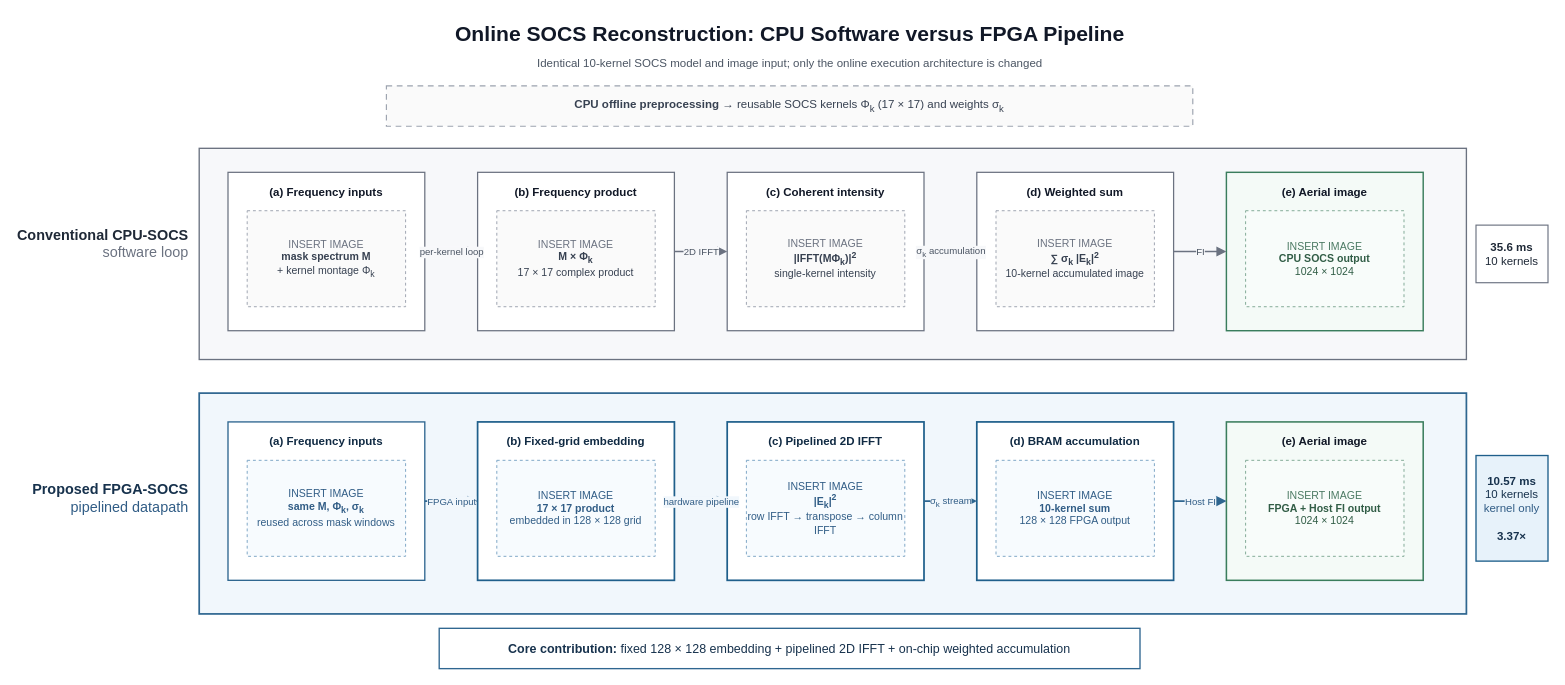
This is doc/小论文/流程图/04_CPU_FPGA_SOCS精简版.drawio from Ashington258/fpga-litho-accel, a draw.io file, before an edit. Source tidied: cells renumbered, new cells numbered last; positions are measured from the earlier drawing's top-left corner, leaving out a move shared by most shapes. Both pictures are drawn from the tidied source at 96%, with x=0, y=0 at pixel (40, 16).
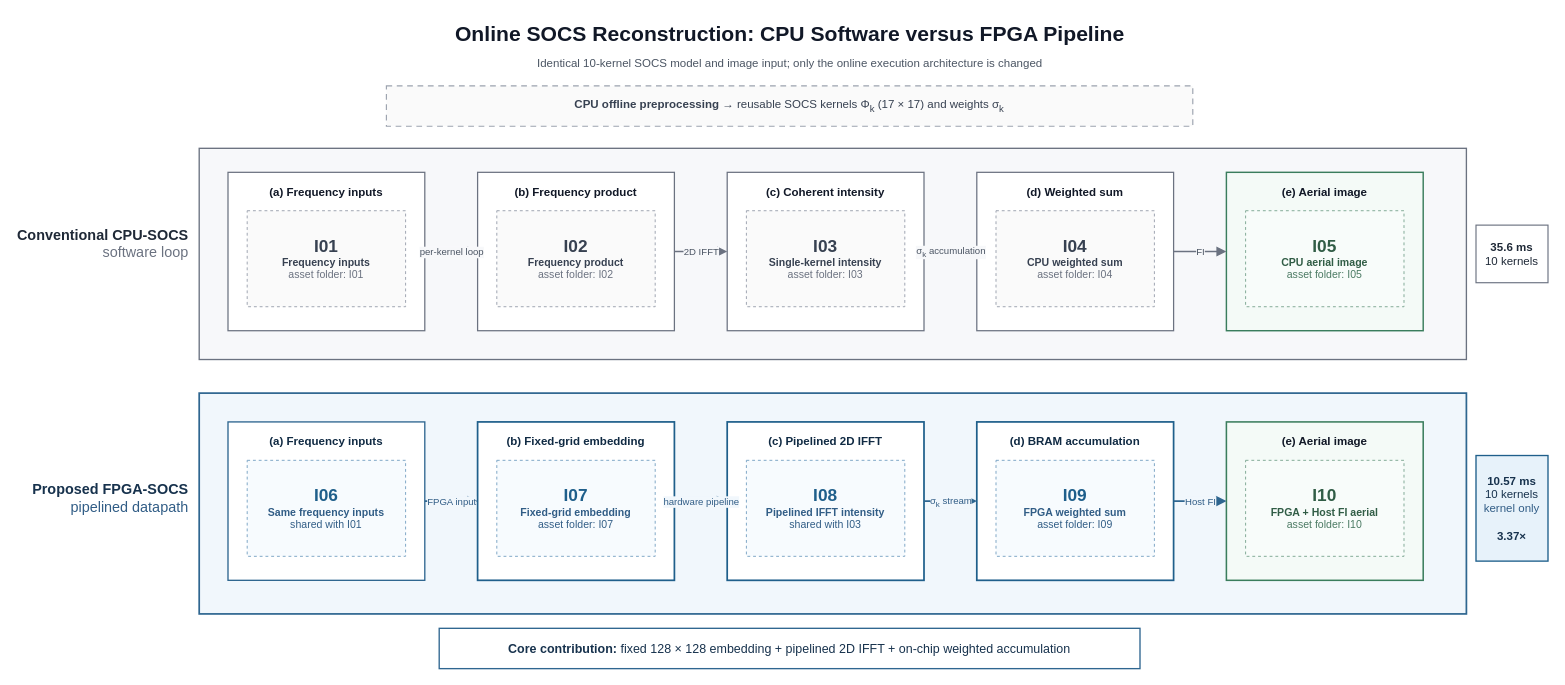
After the change.

Commit message (it also covers changes not shown here):
docs: update CPU-FPGA architecture comparison

What changed in the source:
```diff
@@
-    <mxCell id="8" value="&lt;font color=&quot;#6B7280&quot;&gt;INSERT IMAGE&lt;/font&gt;&lt;br&gt;&lt;b&gt;mask spectrum M&lt;/b&gt;&lt;br&gt;+ kernel montage Φ&lt;sub&gt;k&lt;/sub&gt;" style="rounded=0;whiteSpace=wrap;html=1;fillColor=#FAFAFA;strokeColor=#9CA3AF;strokeWidth=1;dashed=1;fontFamily=Helvetica;fontSize=11;fontColor=#374151;align=center;verticalAlign=middle;" parent="1" vertex="1">
+    <mxCell id="8" value="&lt;font color=&quot;#374151&quot; style=&quot;font-size:18px&quot;&gt;&lt;b&gt;I01&lt;/b&gt;&lt;/font&gt;&lt;br&gt;&lt;b&gt;Frequency inputs&lt;/b&gt;&lt;br&gt;&lt;font color=&quot;#6B7280&quot;&gt;asset folder: I01&lt;/font&gt;" style="rounded=0;whiteSpace=wrap;html=1;fillColor=#FAFAFA;strokeColor=#9CA3AF;strokeWidth=1;dashed=1;fontFamily=Helvetica;fontSize=11;fontColor=#374151;align=center;verticalAlign=middle;" parent="1" vertex="1">
       <mxGeometry x="215" y="202" width="165" height="100" as="geometry" />
     </mxCell>
@@
-    <mxCell id="10" value="&lt;font color=&quot;#6B7280&quot;&gt;INSERT IMAGE&lt;/font&gt;&lt;br&gt;&lt;b&gt;M × Φ&lt;sub&gt;k&lt;/sub&gt;&lt;/b&gt;&lt;br&gt;17 × 17 complex product" style="rounded=0;whiteSpace=wrap;html=1;fillColor=#FAFAFA;strokeColor=#9CA3AF;strokeWidth=1;dashed=1;fontFamily=Helvetica;fontSize=11;fontColor=#374151;align=center;verticalAlign=middle;" parent="1" vertex="1">
+    <mxCell id="10" value="&lt;font color=&quot;#374151&quot; style=&quot;font-size:18px&quot;&gt;&lt;b&gt;I02&lt;/b&gt;&lt;/font&gt;&lt;br&gt;&lt;b&gt;Frequency product&lt;/b&gt;&lt;br&gt;&lt;font color=&quot;#6B7280&quot;&gt;asset folder: I02&lt;/font&gt;" style="rounded=0;whiteSpace=wrap;html=1;fillColor=#FAFAFA;strokeColor=#9CA3AF;strokeWidth=1;dashed=1;fontFamily=Helvetica;fontSize=11;fontColor=#374151;align=center;verticalAlign=middle;" parent="1" vertex="1">
       <mxGeometry x="475" y="202" width="165" height="100" as="geometry" />
     </mxCell>
@@
-    <mxCell id="12" value="&lt;font color=&quot;#6B7280&quot;&gt;INSERT IMAGE&lt;/font&gt;&lt;br&gt;&lt;b&gt;|IFFT(MΦ&lt;sub&gt;k&lt;/sub&gt;)|&lt;sup&gt;2&lt;/sup&gt;&lt;/b&gt;&lt;br&gt;single-kernel intensity" style="rounded=0;whiteSpace=wrap;html=1;fillColor=#FAFAFA;strokeColor=#9CA3AF;strokeWidth=1;dashed=1;fontFamily=Helvetica;fontSize=11;fontColor=#374151;align=center;verticalAlign=middle;" parent="1" vertex="1">
+    <mxCell id="12" value="&lt;font color=&quot;#374151&quot; style=&quot;font-size:18px&quot;&gt;&lt;b&gt;I03&lt;/b&gt;&lt;/font&gt;&lt;br&gt;&lt;b&gt;Single-kernel intensity&lt;/b&gt;&lt;br&gt;&lt;font color=&quot;#6B7280&quot;&gt;asset folder: I03&lt;/font&gt;" style="rounded=0;whiteSpace=wrap;html=1;fillColor=#FAFAFA;strokeColor=#9CA3AF;strokeWidth=1;dashed=1;fontFamily=Helvetica;fontSize=11;fontColor=#374151;align=center;verticalAlign=middle;" parent="1" vertex="1">
       <mxGeometry x="735" y="202" width="165" height="100" as="geometry" />
     </mxCell>
@@
-    <mxCell id="14" value="&lt;font color=&quot;#6B7280&quot;&gt;INSERT IMAGE&lt;/font&gt;&lt;br&gt;&lt;b&gt;∑ σ&lt;sub&gt;k&lt;/sub&gt; |E&lt;sub&gt;k&lt;/sub&gt;|&lt;sup&gt;2&lt;/sup&gt;&lt;/b&gt;&lt;br&gt;10-kernel accumulated image" style="rounded=0;whiteSpace=wrap;html=1;fillColor=#FAFAFA;strokeColor=#9CA3AF;strokeWidth=1;dashed=1;fontFamily=Helvetica;fontSize=11;fontColor=#374151;align=center;verticalAlign=middle;" parent="1" vertex="1">
+    <mxCell id="14" value="&lt;font color=&quot;#374151&quot; style=&quot;font-size:18px&quot;&gt;&lt;b&gt;I04&lt;/b&gt;&lt;/font&gt;&lt;br&gt;&lt;b&gt;CPU weighted sum&lt;/b&gt;&lt;br&gt;&lt;font color=&quot;#6B7280&quot;&gt;asset folder: I04&lt;/font&gt;" style="rounded=0;whiteSpace=wrap;html=1;fillColor=#FAFAFA;strokeColor=#9CA3AF;strokeWidth=1;dashed=1;fontFamily=Helvetica;fontSize=11;fontColor=#374151;align=center;verticalAlign=middle;" parent="1" vertex="1">
       <mxGeometry x="995" y="202" width="165" height="100" as="geometry" />
     </mxCell>
@@
-    <mxCell id="16" value="&lt;font color=&quot;#4B7A63&quot;&gt;INSERT IMAGE&lt;/font&gt;&lt;br&gt;&lt;b&gt;CPU SOCS output&lt;/b&gt;&lt;br&gt;1024 × 1024" style="rounded=0;whiteSpace=wrap;html=1;fillColor=#F8FCFA;strokeColor=#80A995;strokeWidth=1;dashed=1;fontFamily=Helvetica;fontSize=11;fontColor=#315D46;align=center;verticalAlign=middle;" parent="1" vertex="1">
+    <mxCell id="16" value="&lt;font color=&quot;#315D46&quot; style=&quot;font-size:18px&quot;&gt;&lt;b&gt;I05&lt;/b&gt;&lt;/font&gt;&lt;br&gt;&lt;b&gt;CPU aerial image&lt;/b&gt;&lt;br&gt;&lt;font color=&quot;#4B7A63&quot;&gt;asset folder: I05&lt;/font&gt;" style="rounded=0;whiteSpace=wrap;html=1;fillColor=#F8FCFA;strokeColor=#80A995;strokeWidth=1;dashed=1;fontFamily=Helvetica;fontSize=11;fontColor=#315D46;align=center;verticalAlign=middle;" parent="1" vertex="1">
       <mxGeometry x="1255" y="202" width="165" height="100" as="geometry" />
     </mxCell>
@@
-    <mxCell id="25" value="&lt;font color=&quot;#315D86&quot;&gt;INSERT IMAGE&lt;/font&gt;&lt;br&gt;&lt;b&gt;same M, Φ&lt;sub&gt;k&lt;/sub&gt;, σ&lt;sub&gt;k&lt;/sub&gt;&lt;/b&gt;&lt;br&gt;reused across mask windows" style="rounded=0;whiteSpace=wrap;html=1;fillColor=#F7FBFE;strokeColor=#7CA5C5;strokeWidth=1;dashed=1;fontFamily=Helvetica;fontSize=11;fontColor=#315D86;align=center;verticalAlign=middle;" parent="1" vertex="1">
+    <mxCell id="25" value="&lt;font color=&quot;#1F5F8B&quot; style=&quot;font-size:18px&quot;&gt;&lt;b&gt;I06&lt;/b&gt;&lt;/font&gt;&lt;br&gt;&lt;b&gt;Same frequency inputs&lt;/b&gt;&lt;br&gt;&lt;font color=&quot;#315D86&quot;&gt;shared with I01&lt;/font&gt;" style="rounded=0;whiteSpace=wrap;html=1;fillColor=#F7FBFE;strokeColor=#7CA5C5;strokeWidth=1;dashed=1;fontFamily=Helvetica;fontSize=11;fontColor=#315D86;align=center;verticalAlign=middle;" parent="1" vertex="1">
       <mxGeometry x="215" y="462" width="165" height="100" as="geometry" />
     </mxCell>
@@
-    <mxCell id="27" value="&lt;font color=&quot;#315D86&quot;&gt;INSERT IMAGE&lt;/font&gt;&lt;br&gt;&lt;b&gt;17 × 17 product&lt;/b&gt;&lt;br&gt;embedded in 128 × 128 grid" style="rounded=0;whiteSpace=wrap;html=1;fillColor=#F7FBFE;strokeColor=#7CA5C5;strokeWidth=1;dashed=1;fontFamily=Helvetica;fontSize=11;fontColor=#315D86;align=center;verticalAlign=middle;" parent="1" vertex="1">
+    <mxCell id="27" value="&lt;font color=&quot;#1F5F8B&quot; style=&quot;font-size:18px&quot;&gt;&lt;b&gt;I07&lt;/b&gt;&lt;/font&gt;&lt;br&gt;&lt;b&gt;Fixed-grid embedding&lt;/b&gt;&lt;br&gt;&lt;font color=&quot;#315D86&quot;&gt;asset folder: I07&lt;/font&gt;" style="rounded=0;whiteSpace=wrap;html=1;fillColor=#F7FBFE;strokeColor=#7CA5C5;strokeWidth=1;dashed=1;fontFamily=Helvetica;fontSize=11;fontColor=#315D86;align=center;verticalAlign=middle;" parent="1" vertex="1">
       <mxGeometry x="475" y="462" width="165" height="100" as="geometry" />
     </mxCell>
@@
-    <mxCell id="29" value="&lt;font color=&quot;#315D86&quot;&gt;INSERT IMAGE&lt;/font&gt;&lt;br&gt;&lt;b&gt;|E&lt;sub&gt;k&lt;/sub&gt;|&lt;sup&gt;2&lt;/sup&gt;&lt;/b&gt;&lt;br&gt;row IFFT → transpose → column IFFT" style="rounded=0;whiteSpace=wrap;html=1;fillColor=#F7FBFE;strokeColor=#7CA5C5;strokeWidth=1;dashed=1;fontFamily=Helvetica;fontSize=11;fontColor=#315D86;align=center;verticalAlign=middle;" parent="1" vertex="1">
+    <mxCell id="29" value="&lt;font color=&quot;#1F5F8B&quot; style=&quot;font-size:18px&quot;&gt;&lt;b&gt;I08&lt;/b&gt;&lt;/font&gt;&lt;br&gt;&lt;b&gt;Pipelined IFFT intensity&lt;/b&gt;&lt;br&gt;&lt;font color=&quot;#315D86&quot;&gt;shared with I03&lt;/font&gt;" style="rounded=0;whiteSpace=wrap;html=1;fillColor=#F7FBFE;strokeColor=#7CA5C5;strokeWidth=1;dashed=1;fontFamily=Helvetica;fontSize=11;fontColor=#315D86;align=center;verticalAlign=middle;" parent="1" vertex="1">
       <mxGeometry x="735" y="462" width="165" height="100" as="geometry" />
     </mxCell>
@@
-    <mxCell id="31" value="&lt;font color=&quot;#315D86&quot;&gt;INSERT IMAGE&lt;/font&gt;&lt;br&gt;&lt;b&gt;10-kernel sum&lt;/b&gt;&lt;br&gt;128 × 128 FPGA output" style="rounded=0;whiteSpace=wrap;html=1;fillColor=#F7FBFE;strokeColor=#7CA5C5;strokeWidth=1;dashed=1;fontFamily=Helvetica;fontSize=11;fontColor=#315D86;align=center;verticalAlign=middle;" parent="1" vertex="1">
+    <mxCell id="31" value="&lt;font color=&quot;#1F5F8B&quot; style=&quot;font-size:18px&quot;&gt;&lt;b&gt;I09&lt;/b&gt;&lt;/font&gt;&lt;br&gt;&lt;b&gt;FPGA weighted sum&lt;/b&gt;&lt;br&gt;&lt;font color=&quot;#315D86&quot;&gt;asset folder: I09&lt;/font&gt;" style="rounded=0;whiteSpace=wrap;html=1;fillColor=#F7FBFE;strokeColor=#7CA5C5;strokeWidth=1;dashed=1;fontFamily=Helvetica;fontSize=11;fontColor=#315D86;align=center;verticalAlign=middle;" parent="1" vertex="1">
       <mxGeometry x="995" y="462" width="165" height="100" as="geometry" />
     </mxCell>
@@
-    <mxCell id="33" value="&lt;font color=&quot;#4B7A63&quot;&gt;INSERT IMAGE&lt;/font&gt;&lt;br&gt;&lt;b&gt;FPGA + Host FI output&lt;/b&gt;&lt;br&gt;1024 × 1024" style="rounded=0;whiteSpace=wrap;html=1;fillColor=#F8FCFA;strokeColor=#80A995;strokeWidth=1;dashed=1;fontFamily=Helvetica;fontSize=11;fontColor=#315D46;align=center;verticalAlign=middle;" parent="1" vertex="1">
+    <mxCell id="33" value="&lt;font color=&quot;#315D46&quot; style=&quot;font-size:18px&quot;&gt;&lt;b&gt;I10&lt;/b&gt;&lt;/font&gt;&lt;br&gt;&lt;b&gt;FPGA + Host FI aerial&lt;/b&gt;&lt;br&gt;&lt;font color=&quot;#4B7A63&quot;&gt;asset folder: I10&lt;/font&gt;" style="rounded=0;whiteSpace=wrap;html=1;fillColor=#F8FCFA;strokeColor=#80A995;strokeWidth=1;dashed=1;fontFamily=Helvetica;fontSize=11;fontColor=#315D46;align=center;verticalAlign=middle;" parent="1" vertex="1">
       <mxGeometry x="1255" y="462" width="165" height="100" as="geometry" />
     </mxCell>
```
